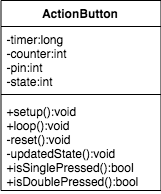
The draw.io diagram doc/classes/ActionButtonClass.png in LucasCoraca/M365-Unlocked, before a commit. Source tidied: cells renumbered, new cells last; positions are measured from the earlier drawing's top-left corner, leaving out a move shared by most shapes.
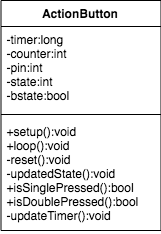
The same file after the commit.

The edit, as a diff of the source:
```diff
@@ -3,16 +3,16 @@
     <mxCell id="0" />
     <mxCell id="1" parent="0" />
     <mxCell id="2" value="ActionButton" style="swimlane;fontStyle=1;align=center;verticalAlign=top;horizontal=1;startSize=26;" parent="1" vertex="1">
-      <mxGeometry x="0.5" width="160" height="190" as="geometry" />
+      <mxGeometry x="0.5" width="160" height="230" as="geometry" />
     </mxCell>
-    <mxCell id="3" value="-timer:long&#10;-counter:int&#10;-pin:int&#10;-state:int&#10;" style="text;strokeColor=none;fillColor=none;align=left;verticalAlign=top;spacingLeft=4;spacingRight=4;overflow=hidden;" parent="2" vertex="1">
-      <mxGeometry y="26" width="160" height="64" as="geometry" />
+    <mxCell id="3" value="-timer:long&#10;-counter:int&#10;-pin:int&#10;-state:int&#10;-bstate:bool" style="text;strokeColor=none;fillColor=none;align=left;verticalAlign=top;spacingLeft=4;spacingRight=4;overflow=hidden;" parent="2" vertex="1">
+      <mxGeometry y="26" width="160" height="84" as="geometry" />
     </mxCell>
     <mxCell id="4" style="line;strokeWidth=1;fillColor=none;align=left;verticalAlign=middle;spacingTop=-1;spacingLeft=3;spacingRight=3;labelPosition=right;" parent="2" vertex="1">
-      <mxGeometry y="90" width="160" height="8" as="geometry" />
+      <mxGeometry y="110" width="160" height="8" as="geometry" />
     </mxCell>
-    <mxCell id="5" value="+setup():void&#10;+loop():void&#10;-reset():void&#10;-updatedState():void&#10;+isSinglePressed():bool&#10;+isDoublePressed():bool&#10;" style="text;strokeColor=none;fillColor=none;align=left;verticalAlign=top;spacingLeft=4;spacingRight=4;overflow=hidden;" parent="2" vertex="1">
-      <mxGeometry y="98" width="160" height="92" as="geometry" />
+    <mxCell id="5" value="+setup():void&#10;+loop():void&#10;-reset():void&#10;-updatedState():void&#10;+isSinglePressed():bool&#10;+isDoublePressed():bool&#10;-updateTimer():void" style="text;strokeColor=none;fillColor=none;align=left;verticalAlign=top;spacingLeft=4;spacingRight=4;overflow=hidden;" parent="2" vertex="1">
+      <mxGeometry y="118" width="160" height="112" as="geometry" />
     </mxCell>
   </root>
 </mxGraphModel>
```
